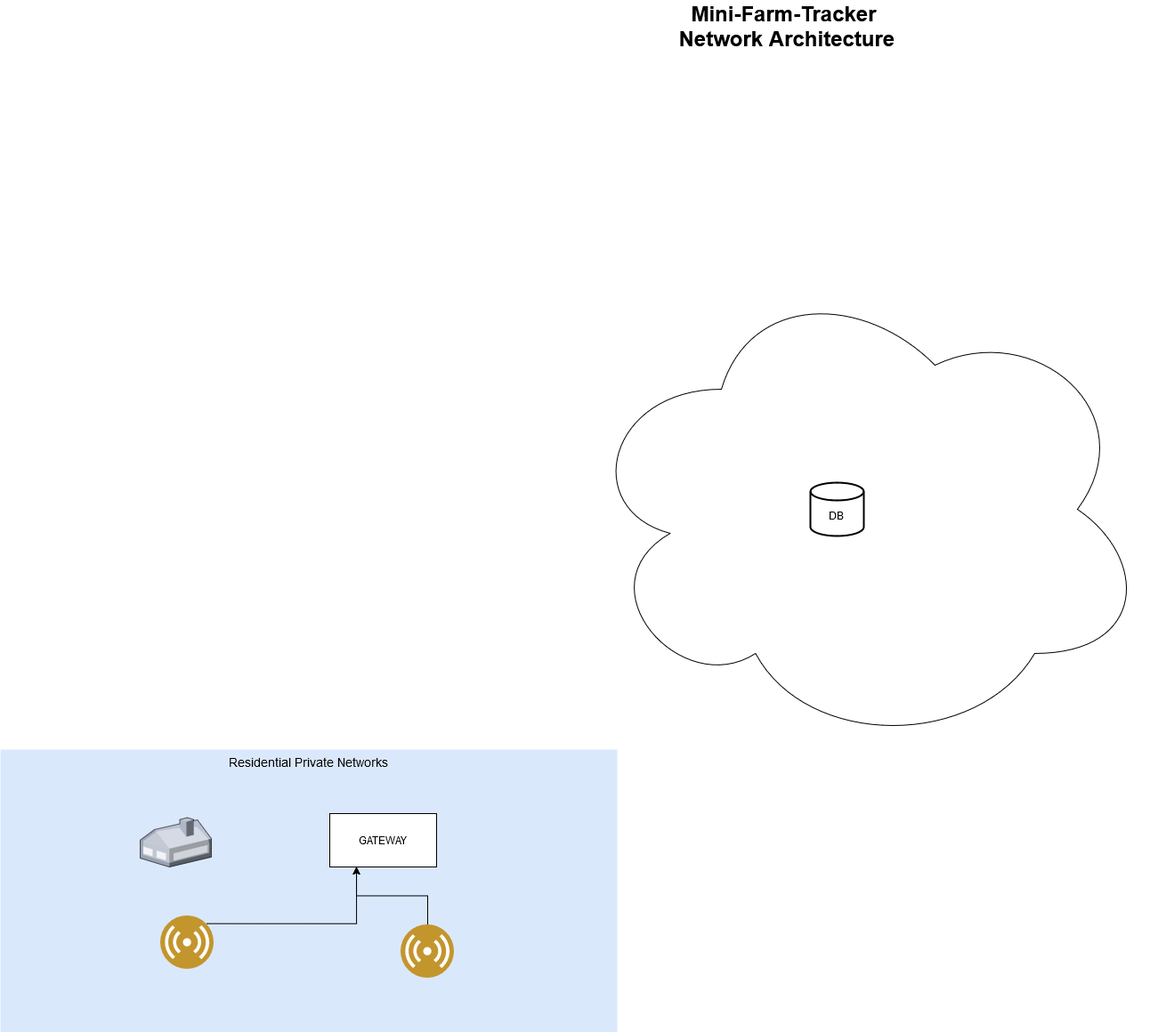
Earlier version of the draw.io export mini-farm-tracker.drawio.png (ykm7/mini-farm-tracker). Source tidied: cells renumbered, new cells last; positions are measured from the earlier drawing's top-left corner, leaving out a move shared by most shapes. The source it was exported from:
```xml
<mxGraphModel>
  <root>
    <mxCell id="0" style="html=1;" />
    <mxCell id="1" style="html=1;" parent="0" />
    <mxCell id="2" style="ellipse;shape=cloud;whiteSpace=wrap;html=1;" parent="1" vertex="1">
      <mxGeometry x="650" y="293" width="640" height="540" as="geometry" />
    </mxCell>
    <mxCell id="3" value="Residential Private Networks" style="whiteSpace=wrap;html=1;fillColor=#dae8fc;fontSize=14;strokeColor=none;verticalAlign=top;" parent="1" vertex="1">
      <mxGeometry y="833" width="693" height="318" as="geometry" />
    </mxCell>
    <mxCell id="4" style="verticalLabelPosition=bottom;html=1;verticalAlign=top;strokeColor=none;shape=mxgraph.citrix.home_office;fillColor=#66B2FF;gradientColor=#0066CC;fontSize=14;" parent="1" vertex="1">
      <mxGeometry x="157" y="909.5" width="80" height="55.5" as="geometry" />
    </mxCell>
    <mxCell id="5" value="&lt;div&gt;Mini-Farm-Tracker&lt;/div&gt;&lt;div&gt;&amp;nbsp;Network Architecture&lt;/div&gt;" style="text;strokeColor=none;fillColor=none;html=1;fontSize=24;fontStyle=1;verticalAlign=middle;align=center;" parent="1" vertex="1">
      <mxGeometry x="449" width="861" height="40" as="geometry" />
    </mxCell>
    <mxCell id="6" value="&lt;div&gt;&lt;br&gt;&lt;/div&gt;&lt;div&gt;DB&lt;br&gt;&lt;/div&gt;" style="strokeWidth=2;html=1;shape=mxgraph.flowchart.database;whiteSpace=wrap;" parent="1" vertex="1">
      <mxGeometry x="910" y="533" width="60" height="60" as="geometry" />
    </mxCell>
    <mxCell id="7" value="&lt;div&gt;GATEWAY&lt;/div&gt;" style="rounded=0;whiteSpace=wrap;html=1;" parent="1" vertex="1">
      <mxGeometry x="370" y="905" width="120" height="60" as="geometry" />
    </mxCell>
    <mxCell id="8" style="edgeStyle=orthogonalEdgeStyle;rounded=0;jettySize=auto;html=1;exitX=1;exitY=0;exitDx=0;exitDy=0;entryX=0.25;entryY=1;entryDx=0;entryDy=0;" parent="1" edge="1" source="9" target="7">
      <mxGeometry relative="1" as="geometry" />
    </mxCell>
    <mxCell id="9" style="image;perimeter=ellipsePerimeter;html=1;align=center;shadow=0;dashed=0;fontColor=#4277BB;labelBackgroundColor=default;fontSize=12;spacingTop=3;image=img/lib/ibm/users/sensor.svg;" parent="1" vertex="1">
      <mxGeometry x="180" y="1020" width="60" height="60" as="geometry" />
    </mxCell>
    <mxCell id="10" style="edgeStyle=orthogonalEdgeStyle;rounded=0;jettySize=auto;html=1;entryX=0.25;entryY=1;entryDx=0;entryDy=0;" parent="1" edge="1" source="11" target="7">
      <mxGeometry relative="1" as="geometry" />
    </mxCell>
    <mxCell id="11" style="image;perimeter=ellipsePerimeter;html=1;align=center;shadow=0;dashed=0;fontColor=#4277BB;labelBackgroundColor=default;fontSize=12;spacingTop=3;image=img/lib/ibm/users/sensor.svg;" parent="1" vertex="1">
      <mxGeometry x="450" y="1030" width="60" height="60" as="geometry" />
    </mxCell>
  </root>
</mxGraphModel>
```
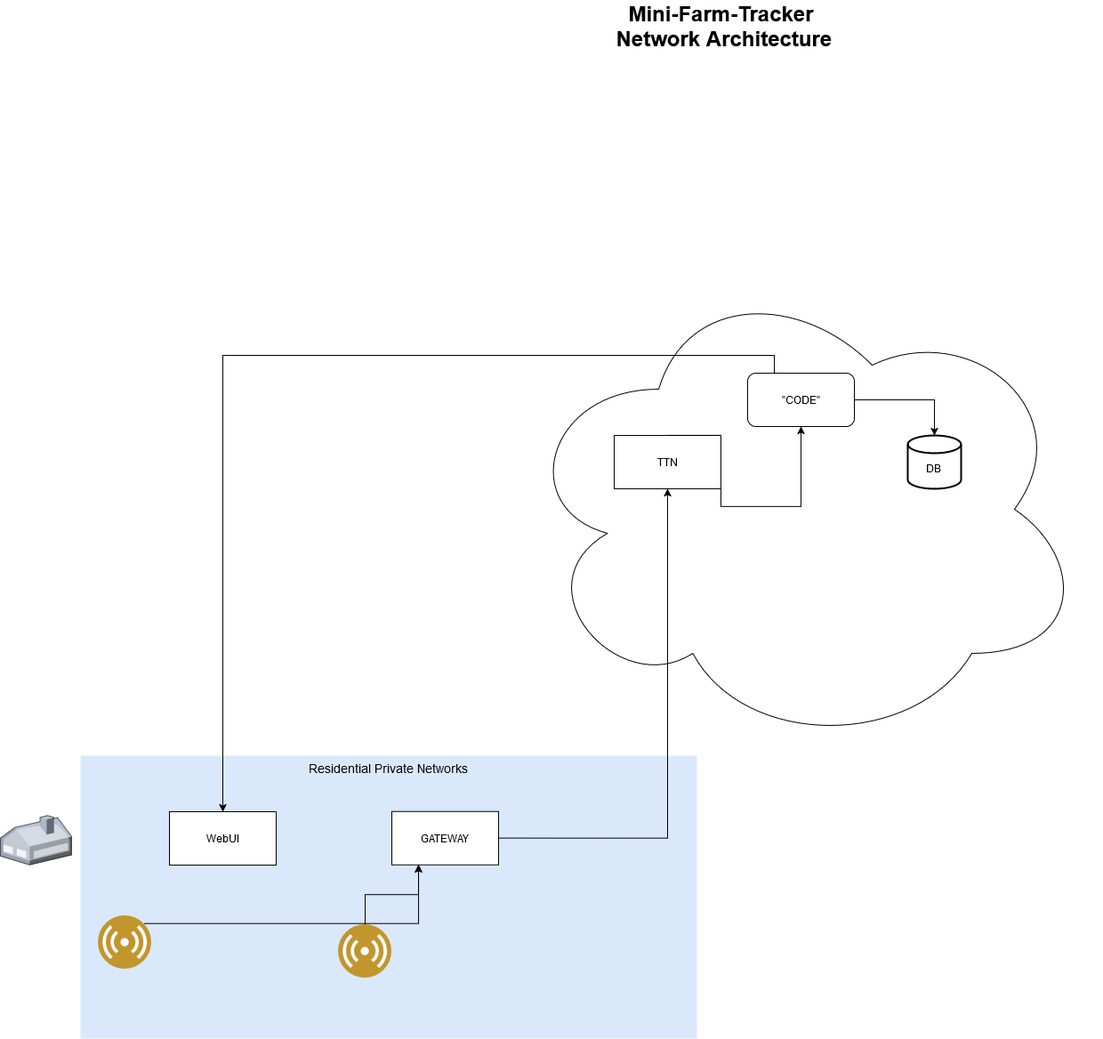
The same diagram one commit later.

What changed in the source:
```diff
@@ -6,19 +6,22 @@
       <mxGeometry x="650" y="293" width="640" height="540" as="geometry" />
     </mxCell>
     <mxCell id="3" value="Residential Private Networks" style="whiteSpace=wrap;html=1;fillColor=#dae8fc;fontSize=14;strokeColor=none;verticalAlign=top;" parent="1" vertex="1">
-      <mxGeometry y="833" width="693" height="318" as="geometry" />
+      <mxGeometry x="160" y="840" width="693" height="318" as="geometry" />
     </mxCell>
     <mxCell id="4" style="verticalLabelPosition=bottom;html=1;verticalAlign=top;strokeColor=none;shape=mxgraph.citrix.home_office;fillColor=#66B2FF;gradientColor=#0066CC;fontSize=14;" parent="1" vertex="1">
-      <mxGeometry x="157" y="909.5" width="80" height="55.5" as="geometry" />
+      <mxGeometry x="70" y="907.2" width="80" height="55.5" as="geometry" />
     </mxCell>
     <mxCell id="5" value="&lt;div&gt;Mini-Farm-Tracker&lt;/div&gt;&lt;div&gt;&amp;nbsp;Network Architecture&lt;/div&gt;" style="text;strokeColor=none;fillColor=none;html=1;fontSize=24;fontStyle=1;verticalAlign=middle;align=center;" parent="1" vertex="1">
       <mxGeometry x="449" width="861" height="40" as="geometry" />
     </mxCell>
     <mxCell id="6" value="&lt;div&gt;&lt;br&gt;&lt;/div&gt;&lt;div&gt;DB&lt;br&gt;&lt;/div&gt;" style="strokeWidth=2;html=1;shape=mxgraph.flowchart.database;whiteSpace=wrap;" parent="1" vertex="1">
-      <mxGeometry x="910" y="533" width="60" height="60" as="geometry" />
+      <mxGeometry x="1090" y="480" width="60" height="60" as="geometry" />
     </mxCell>
+    <mxCell id="12" style="edgeStyle=orthogonalEdgeStyle;rounded=0;jettySize=auto;html=1;exitX=1;exitY=0.5;exitDx=0;exitDy=0;entryX=0.5;entryY=1;entryDx=0;entryDy=0;" parent="1" edge="1" source="7" target="14">
+      <mxGeometry relative="1" as="geometry" />
+    </mxCell>
     <mxCell id="7" value="&lt;div&gt;GATEWAY&lt;/div&gt;" style="rounded=0;whiteSpace=wrap;html=1;" parent="1" vertex="1">
-      <mxGeometry x="370" y="905" width="120" height="60" as="geometry" />
+      <mxGeometry x="510" y="902.8" width="120" height="60" as="geometry" />
     </mxCell>
     <mxCell id="8" style="edgeStyle=orthogonalEdgeStyle;rounded=0;jettySize=auto;html=1;exitX=1;exitY=0;exitDx=0;exitDy=0;entryX=0.25;entryY=1;entryDx=0;entryDy=0;" parent="1" edge="1" source="9" target="7">
       <mxGeometry relative="1" as="geometry" />
@@ -32,5 +35,29 @@
     <mxCell id="11" style="image;perimeter=ellipsePerimeter;html=1;align=center;shadow=0;dashed=0;fontColor=#4277BB;labelBackgroundColor=default;fontSize=12;spacingTop=3;image=img/lib/ibm/users/sensor.svg;" parent="1" vertex="1">
       <mxGeometry x="450" y="1030" width="60" height="60" as="geometry" />
     </mxCell>
+    <mxCell id="13" style="edgeStyle=orthogonalEdgeStyle;rounded=0;jettySize=auto;html=1;exitX=0.5;exitY=0;exitDx=0;exitDy=0;" parent="1" edge="1" source="14" target="17">
+      <mxGeometry relative="1" as="geometry">
+        <Array as="points">
+          <mxPoint x="880" y="480" />
+          <mxPoint x="880" y="560" />
+          <mxPoint x="970" y="560" />
+        </Array>
+      </mxGeometry>
+    </mxCell>
+    <mxCell id="14" value="TTN" style="rounded=0;whiteSpace=wrap;html=1;" parent="1" vertex="1">
+      <mxGeometry x="760" y="480" width="120" height="60" as="geometry" />
+    </mxCell>
+    <mxCell id="15" style="edgeStyle=orthogonalEdgeStyle;rounded=0;jettySize=auto;html=1;exitX=1;exitY=0.5;exitDx=0;exitDy=0;" parent="1" edge="1" source="17" target="6">
+      <mxGeometry relative="1" as="geometry" />
+    </mxCell>
+    <mxCell id="16" style="edgeStyle=orthogonalEdgeStyle;rounded=0;jettySize=auto;html=1;exitX=0.25;exitY=0;exitDx=0;exitDy=0;entryX=0.5;entryY=0;entryDx=0;entryDy=0;" parent="1" edge="1" source="17" target="18">
+      <mxGeometry relative="1" as="geometry" />
+    </mxCell>
+    <mxCell id="17" value="&quot;CODE&quot;" style="rounded=1;whiteSpace=wrap;html=1;" parent="1" vertex="1">
+      <mxGeometry x="910" y="410" width="120" height="60" as="geometry" />
+    </mxCell>
+    <mxCell id="18" value="&lt;div&gt;WebUI&lt;/div&gt;" style="rounded=0;whiteSpace=wrap;html=1;" parent="1" vertex="1">
+      <mxGeometry x="260" y="903" width="120" height="60" as="geometry" />
+    </mxCell>
   </root>
 </mxGraphModel>
```
